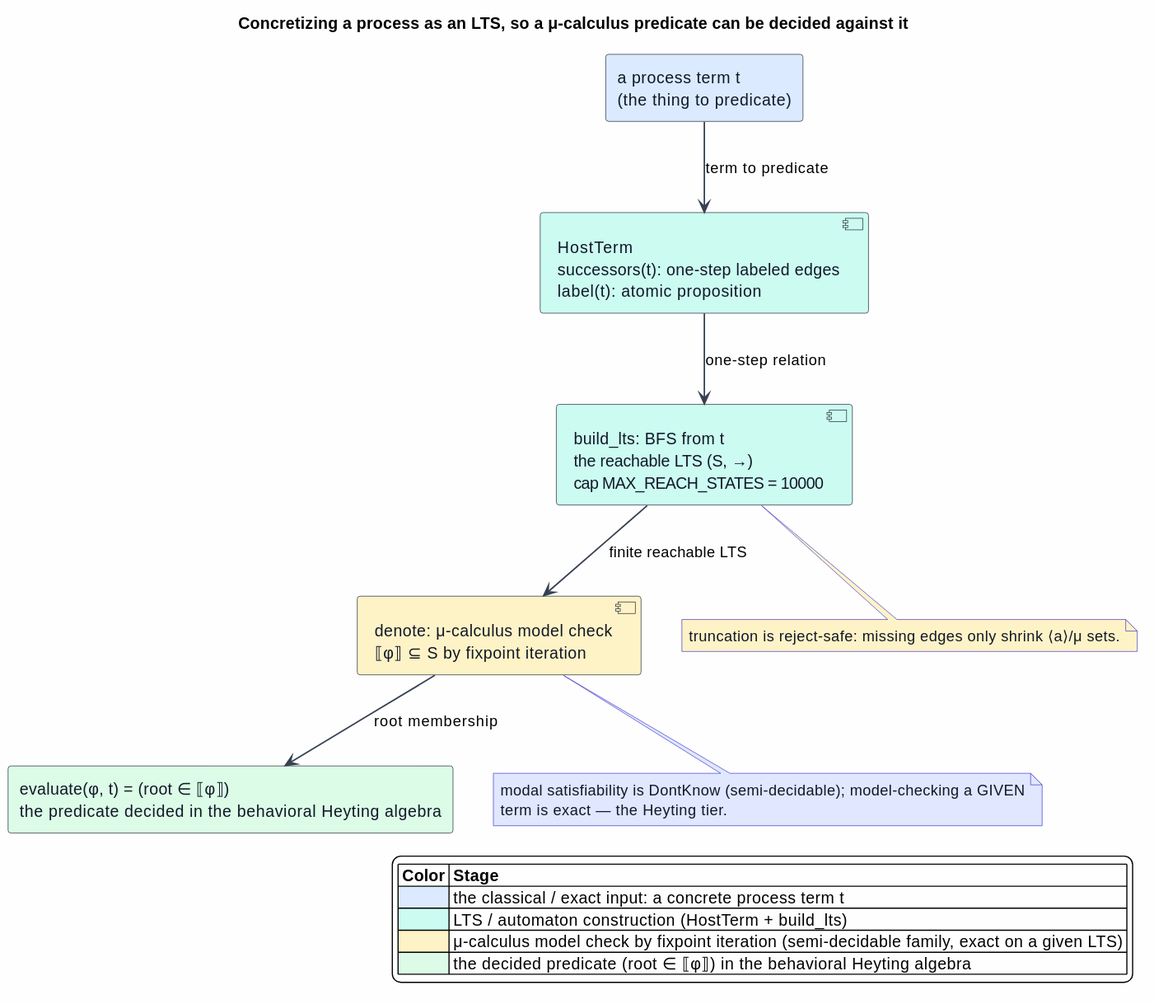
This is docs/architecture/semantic-predicates/figures/15-process-to-lts.svg from F1R3FLY-io/mettail-rust, a PlantUML export, as it was before one commit. Source of this version:
```plantuml
@startuml
skinparam backgroundColor #FEFEFE
skinparam shadowing false
skinparam ArrowColor #374151
skinparam ArrowThickness 1.3
skinparam rectangle {
  BorderColor #1F2937
  FontColor #111827
}
skinparam component {
  BorderColor #1F2937
  FontColor #111827
}
skinparam note {
  BorderColor #4338CA
  FontColor #111827
}

title Concretizing a process as an LTS, so a μ-calculus predicate can be decided against it

rectangle "a process term t\n(the thing to predicate)" as T #DBEAFE
component "HostTerm\nsuccessors(t): one-step labeled edges\nlabel(t): atomic proposition" as HT #CCFBF1
component "build_lts: BFS from t\nthe reachable LTS (S, →)\ncap MAX_REACH_STATES = 10000" as BL #CCFBF1
component "denote: μ-calculus model check\n⟦φ⟧ ⊆ S by fixpoint iteration" as DN #FEF3C7
rectangle "evaluate(φ, t) = (root ∈ ⟦φ⟧)\nthe predicate decided in the behavioral Heyting algebra" as EV #DCFCE7

T --> HT : term to predicate
HT --> BL : one-step relation
BL --> DN : finite reachable LTS
DN --> EV : root membership

note bottom of BL #FEF3C7
  truncation is reject-safe: missing edges only shrink ⟨a⟩/μ sets.
end note

note bottom of DN #E0E7FF
  modal satisfiability is DontKnow (semi-decidable); model-checking a GIVEN
  term is exact — the Heyting tier.
end note

legend right
|= Color |= Stage |
|<#DBEAFE> | the classical / exact input: a concrete process term t |
|<#CCFBF1> | LTS / automaton construction (HostTerm + build_lts) |
|<#FEF3C7> | μ-calculus model check by fixpoint iteration (semi-decidable family, exact on a given LTS) |
|<#DCFCE7> | the decided predicate (root ∈ ⟦φ⟧) in the behavioral Heyting algebra |
endlegend
@enduml
```
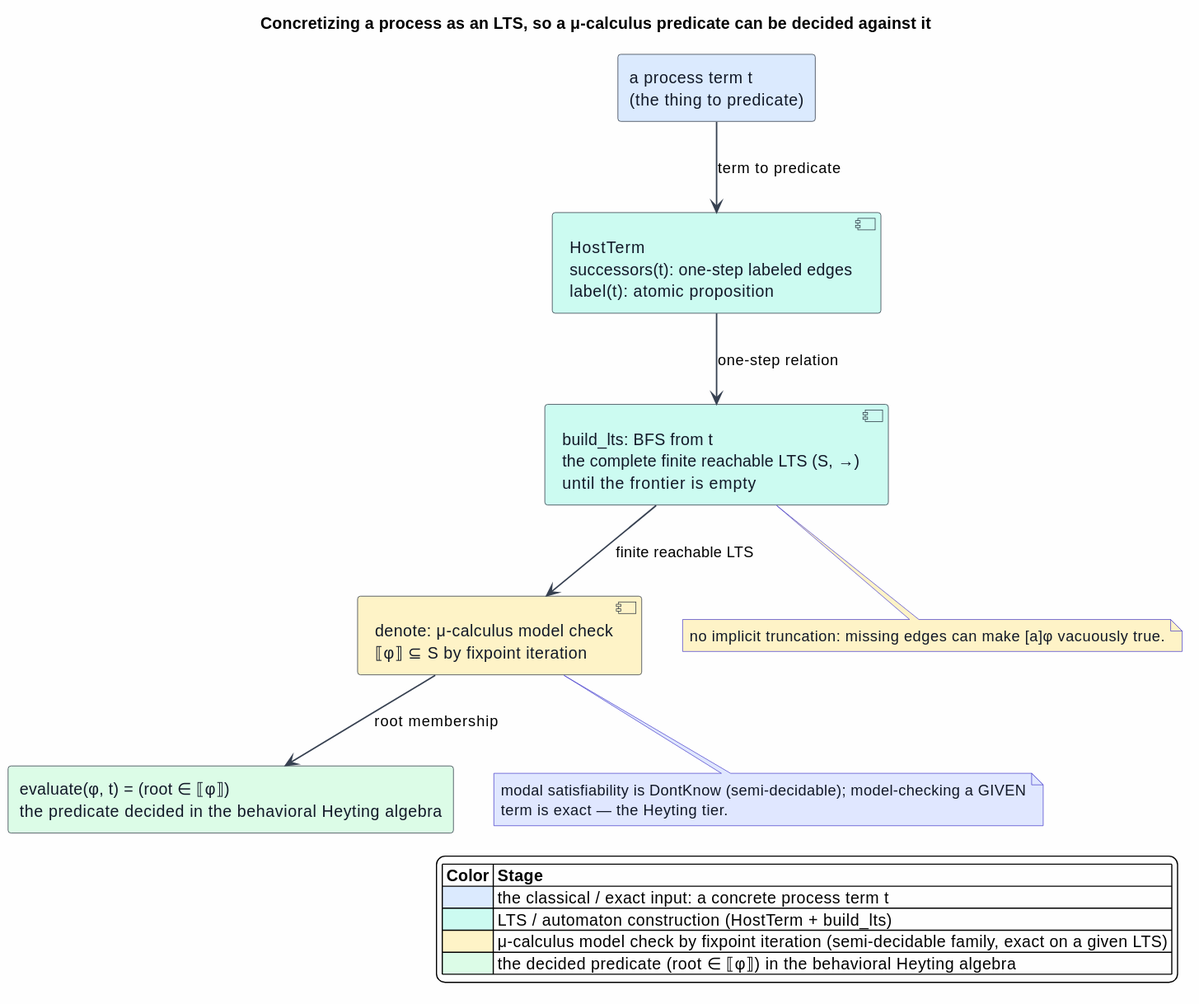
The same file after the commit.

Commit message:
fix(prattail): make behavioral formula model checking stack-safe

What changed in the source:
```diff
@@ -20,7 +20,7 @@
 
 rectangle "a process term t\n(the thing to predicate)" as T #DBEAFE
 component "HostTerm\nsuccessors(t): one-step labeled edges\nlabel(t): atomic proposition" as HT #CCFBF1
-component "build_lts: BFS from t\nthe reachable LTS (S, →)\ncap MAX_REACH_STATES = 10000" as BL #CCFBF1
+component "build_lts: BFS from t\nthe complete finite reachable LTS (S, →)\nuntil the frontier is empty" as BL #CCFBF1
 component "denote: μ-calculus model check\n⟦φ⟧ ⊆ S by fixpoint iteration" as DN #FEF3C7
 rectangle "evaluate(φ, t) = (root ∈ ⟦φ⟧)\nthe predicate decided in the behavioral Heyting algebra" as EV #DCFCE7
 
@@ -30,7 +30,7 @@
 DN --> EV : root membership
 
 note bottom of BL #FEF3C7
-  truncation is reject-safe: missing edges only shrink ⟨a⟩/μ sets.
+  no implicit truncation: missing edges can make [a]φ vacuously true.
 end note
 
 note bottom of DN #E0E7FF
```
